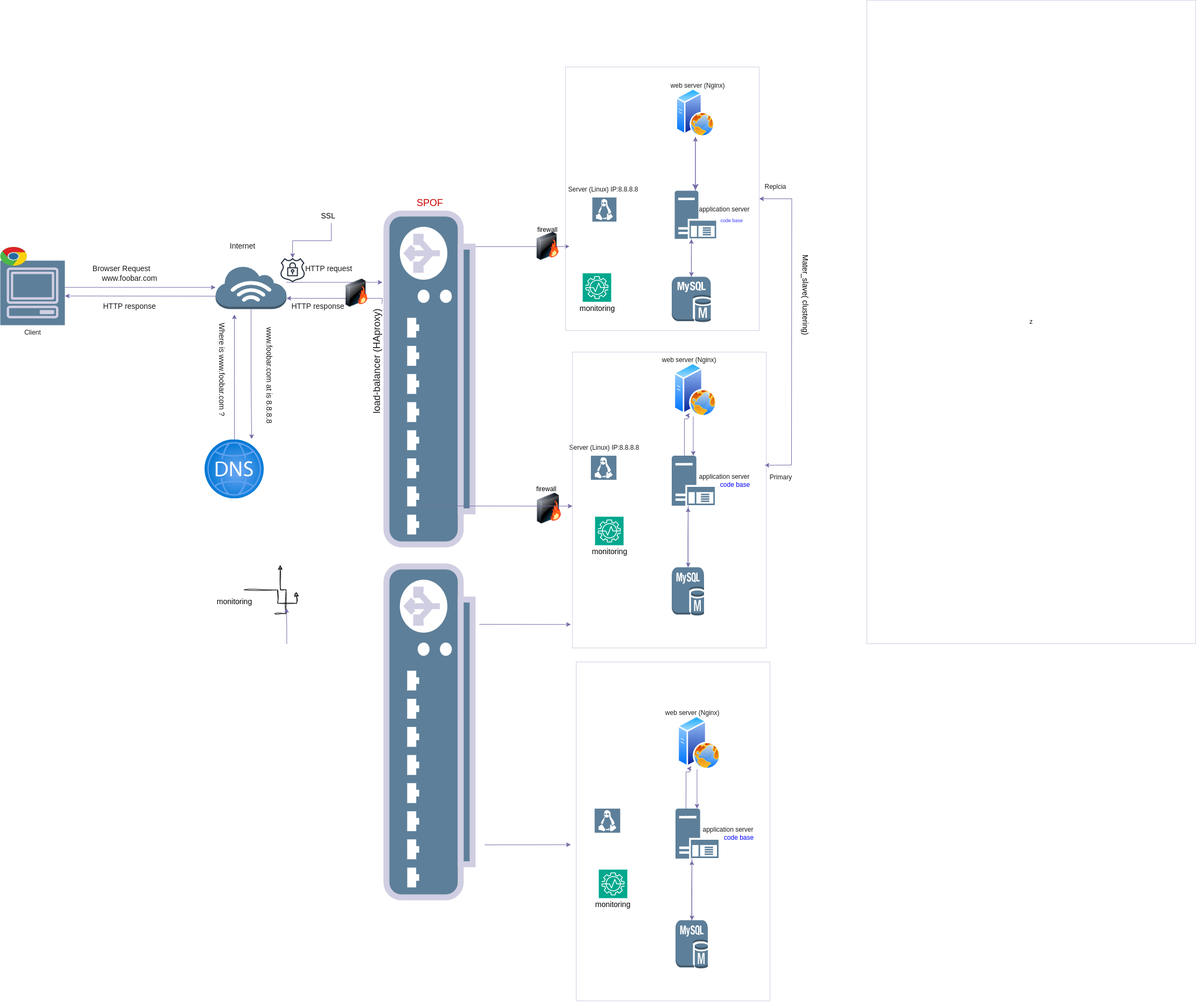
Earlier version of the draw.io export 0x09-web_infrastructure_design/3-scale_up.drawio.png (Salma-fathi/alx-system_engineering-devops). Source tidied: cells renumbered, new cells last; positions are measured from the earlier drawing's top-left corner, leaving out a move shared by most shapes.
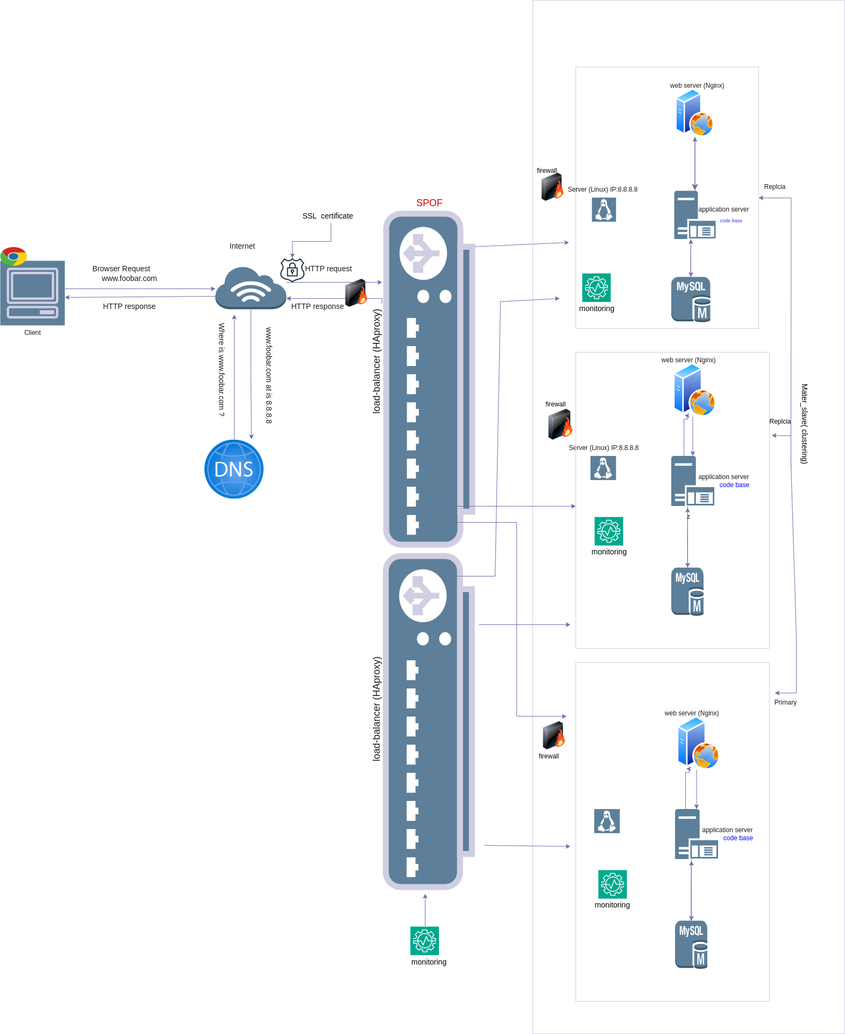
The same diagram one commit later.

Diff of the diagram source:
```diff
@@ -2,10 +2,15 @@
   <root>
     <mxCell id="0" />
     <mxCell id="1" parent="0" />
-    <mxCell id="2" style="edgeStyle=elbowEdgeStyle;rounded=0;orthogonalLoop=1;jettySize=auto;elbow=vertical;html=1;labelBackgroundColor=none;fontColor=default;strokeColor=#736CA8;" parent="1" edge="1">
+    <mxCell id="2" style="rounded=0;orthogonalLoop=1;jettySize=auto;elbow=vertical;html=1;labelBackgroundColor=none;fontColor=default;strokeColor=#736CA8;" parent="1" edge="1">
       <mxGeometry relative="1" as="geometry">
-        <mxPoint x="1470" y="864" as="sourcePoint" />
-        <mxPoint x="1420" y="864" as="targetPoint" />
+        <mxPoint x="1470" y="870" as="sourcePoint" />
+        <mxPoint x="1440" y="1287" as="targetPoint" />
+        <Array as="points">
+          <mxPoint x="1470" y="860" />
+          <mxPoint x="1480" y="1180" />
+          <mxPoint x="1480" y="1287" />
+        </Array>
       </mxGeometry>
     </mxCell>
     <mxCell id="3" style="edgeStyle=orthogonalEdgeStyle;rounded=0;jettySize=auto;html=1;endSize=9;startSize=4;targetPerimeterSpacing=1;labelBackgroundColor=none;fontColor=default;strokeColor=#736CA8;" parent="1" edge="1" source="4" target="9">
@@ -67,8 +72,10 @@
     <mxCell id="16" style="shadow=0;dashed=0;html=1;strokeColor=none;labelPosition=center;verticalLabelPosition=bottom;verticalAlign=top;align=center;shape=mxgraph.veeam.linux;labelBackgroundColor=none;rounded=0;fillColor=#5D7F99;fontColor=#1A1A1A;" parent="1" vertex="1">
       <mxGeometry x="1097.3" y="846.6" width="47.5" height="44.8" as="geometry" />
     </mxCell>
-    <mxCell id="17" style="edgeStyle=elbowEdgeStyle;rounded=0;jettySize=auto;elbow=vertical;html=1;exitX=0.9;exitY=1;exitDx=0;exitDy=0;exitPerimeter=0;labelBackgroundColor=none;fontColor=default;strokeColor=#736CA8;entryX=1;entryY=0.5;entryDx=0;entryDy=0;" parent="1" edge="1" source="18" target="54">
-      <mxGeometry relative="1" as="geometry" />
+    <mxCell id="17" style="rounded=0;jettySize=auto;elbow=vertical;html=1;exitX=0.9;exitY=1;exitDx=0;exitDy=0;exitPerimeter=0;labelBackgroundColor=none;fontColor=default;strokeColor=#736CA8;entryX=1;entryY=0.5;entryDx=0;entryDy=0;" parent="1" edge="1" source="18">
+      <mxGeometry relative="1" as="geometry">
+        <mxPoint x="1057.4" y="450" as="targetPoint" />
+      </mxGeometry>
     </mxCell>
     <mxCell id="18" style="verticalAlign=top;verticalLabelPosition=bottom;labelPosition=center;align=center;html=1;outlineConnect=0;gradientDirection=north;strokeWidth=2;shape=mxgraph.networks.load_balancer;rotation=-90;labelBackgroundColor=none;rounded=0;fillColor=#5D7F99;strokeColor=#D0CEE2;fontColor=#1A1A1A;" parent="1" vertex="1">
       <mxGeometry x="490" y="624" width="615" height="160" as="geometry" />
@@ -106,7 +113,7 @@
       </mxGeometry>
     </mxCell>
     <mxCell id="29" style="whiteSpace=wrap;html=1;fillColor=none;labelBackgroundColor=none;rounded=0;strokeColor=#D0CEE2;fontColor=#1A1A1A;" parent="1" vertex="1">
-      <mxGeometry x="1050" y="124" width="360" height="490" as="geometry" />
+      <mxGeometry x="1070" y="124" width="340" height="486" as="geometry" />
     </mxCell>
     <mxCell id="30" style="edgeStyle=orthogonalEdgeStyle;rounded=0;orthogonalLoop=1;jettySize=auto;html=1;exitX=0.5;exitY=1;exitDx=0;exitDy=0;labelBackgroundColor=none;fontColor=default;strokeColor=#736CA8;" parent="1" edge="1" source="89" target="89">
       <mxGeometry relative="1" as="geometry" />
@@ -115,10 +122,10 @@
       <mxGeometry x="1410" y="332" width="60" height="30" as="geometry" />
     </mxCell>
     <mxCell id="32" value="Primary" style="text;html=1;align=center;verticalAlign=middle;strokeColor=none;fillColor=none;labelBackgroundColor=none;rounded=0;fontColor=#1A1A1A;" parent="1" vertex="1">
-      <mxGeometry x="1420" y="872" width="60" height="30" as="geometry" />
+      <mxGeometry x="1430" y="1290" width="60" height="30" as="geometry" />
     </mxCell>
     <mxCell id="33" value="z" style="whiteSpace=wrap;html=1;fillColor=none;labelBackgroundColor=none;rounded=0;strokeColor=#D0CEE2;fontColor=#1A1A1A;" parent="1" vertex="1">
-      <mxGeometry x="1610" width="611" height="1196" as="geometry" />
+      <mxGeometry x="990" width="580" height="1920" as="geometry" />
     </mxCell>
     <mxCell id="34" value="&lt;font style=&quot;font-size: 18px;&quot;&gt;&amp;nbsp;load-balancer (HAproxy)&lt;/font&gt;" style="text;html=1;align=center;verticalAlign=middle;points=[];strokeColor=none;fillColor=none;rotation=-90;labelBackgroundColor=none;rounded=0;fontColor=#1A1A1A;" parent="1" vertex="1">
       <mxGeometry x="590" y="654" width="220" height="40" as="geometry" />
@@ -188,17 +195,14 @@
     <mxCell id="53" value="&lt;font style=&quot;font-size: 14px;&quot;&gt;Internet&lt;/font&gt;" style="text;html=1;align=center;verticalAlign=middle;strokeColor=none;fillColor=none;labelBackgroundColor=none;rounded=0;fontColor=#1A1A1A;" parent="1" vertex="1">
       <mxGeometry x="415" y="442" width="70" height="30" as="geometry" />
     </mxCell>
-    <mxCell id="54" style="image;html=1;image=img/lib/clip_art/networking/Firewall-page1_128x128.png;sketch=1;hachureGap=4;jiggle=2;curveFitting=1;" parent="1" vertex="1">
-      <mxGeometry x="977.4" y="431" width="80" height="52" as="geometry" />
-    </mxCell>
     <mxCell id="55" style="image;html=1;image=img/lib/clip_art/networking/Firewall-page1_128x128.png;sketch=1;hachureGap=4;jiggle=2;curveFitting=1;" parent="1" vertex="1">
-      <mxGeometry x="980" y="916" width="80" height="57" as="geometry" />
+      <mxGeometry x="1002" y="759.6" width="80" height="57" as="geometry" />
     </mxCell>
     <mxCell id="56" value="firewall" style="text;html=1;align=center;verticalAlign=middle;whiteSpace=wrap;rounded=0;" parent="1" vertex="1">
-      <mxGeometry x="987.4" y="412" width="60" height="30" as="geometry" />
+      <mxGeometry x="987.4" y="302" width="60" height="30" as="geometry" />
     </mxCell>
     <mxCell id="57" value="firewall" style="text;html=1;align=center;verticalAlign=middle;whiteSpace=wrap;rounded=0;" parent="1" vertex="1">
-      <mxGeometry x="985" y="891.6" width="60" height="35" as="geometry" />
+      <mxGeometry x="1003" y="733" width="60" height="35" as="geometry" />
     </mxCell>
     <mxCell id="58" style="image;html=1;image=img/lib/clip_art/networking/Firewall-page1_128x128.png;sketch=1;hachureGap=4;jiggle=2;curveFitting=1;" parent="1" vertex="1">
       <mxGeometry x="630" y="518" width="65" height="52" as="geometry" />
@@ -211,8 +215,8 @@
         <mxPoint x="615" y="414" as="sourcePoint" />
       </mxGeometry>
     </mxCell>
-    <mxCell id="61" value="&lt;font style=&quot;font-size: 14px;&quot;&gt;SSL&lt;/font&gt;" style="text;html=1;align=center;verticalAlign=middle;strokeColor=none;fillColor=none;" parent="1" vertex="1">
-      <mxGeometry x="583" y="388" width="52" height="26" as="geometry" />
+    <mxCell id="61" value="&lt;font style=&quot;font-size: 14px;&quot;&gt;&lt;font style=&quot;&quot;&gt;SSL&amp;nbsp;&lt;/font&gt; certificate&lt;/font&gt;" style="text;html=1;align=center;verticalAlign=middle;strokeColor=none;fillColor=none;" parent="1" vertex="1">
+      <mxGeometry x="549" y="386" width="120" height="30" as="geometry" />
     </mxCell>
     <mxCell id="62" style="sketch=0;fontColor=#232F3E;fillColor=#01A88D;strokeColor=#ffffff;dashed=0;verticalLabelPosition=bottom;verticalAlign=top;align=center;html=1;fontSize=12;fontStyle=0;shape=mxgraph.aws4.resourceIcon;resIcon=mxgraph.aws4.monitron;hachureGap=4;jiggle=2;curveFitting=1;" parent="1" vertex="1">
       <mxGeometry x="1082" y="507.5" width="53" height="53" as="geometry" />
@@ -220,17 +224,6 @@
     <mxCell id="63" style="sketch=0;fontColor=#232F3E;fillColor=#01A88D;strokeColor=#ffffff;dashed=0;verticalLabelPosition=bottom;verticalAlign=top;align=center;html=1;fontSize=12;fontStyle=0;shape=mxgraph.aws4.resourceIcon;resIcon=mxgraph.aws4.monitron;hachureGap=4;jiggle=2;curveFitting=1;" parent="1" vertex="1">
       <mxGeometry x="1105" y="960" width="53" height="53" as="geometry" />
     </mxCell>
-    <mxCell id="64" style="edgeStyle=orthogonalEdgeStyle;rounded=0;sketch=1;hachureGap=4;jiggle=2;curveFitting=1;jettySize=auto;html=1;exitX=0.687;exitY=-0.327;exitDx=0;exitDy=0;exitPerimeter=0;" parent="1" edge="1" source="68">
-      <mxGeometry relative="1" as="geometry">
-        <mxPoint x="550" y="1100" as="targetPoint" />
-      </mxGeometry>
-    </mxCell>
-    <mxCell id="65" style="edgeStyle=orthogonalEdgeStyle;rounded=0;sketch=1;hachureGap=4;jiggle=2;curveFitting=1;orthogonalLoop=1;jettySize=auto;html=1;" parent="1" edge="1">
-      <mxGeometry relative="1" as="geometry">
-        <mxPoint x="510" y="1140" as="sourcePoint" />
-        <mxPoint x="520" y="1050" as="targetPoint" />
-      </mxGeometry>
-    </mxCell>
     <mxCell id="66" value="&lt;font style=&quot;font-size: 14px;&quot;&gt;monitoring&lt;/font&gt;" style="text;html=1;align=center;verticalAlign=middle;strokeColor=none;fillColor=none;" parent="1" vertex="1">
       <mxGeometry x="1086" y="1012" width="91" height="26" as="geometry" />
     </mxCell>
@@ -238,16 +231,10 @@
       <mxGeometry x="1063" y="560.5" width="91" height="26" as="geometry" />
     </mxCell>
     <mxCell id="68" value="&lt;font style=&quot;font-size: 14px;&quot;&gt;monitoring&lt;/font&gt;" style="text;html=1;align=center;verticalAlign=middle;points=[];strokeColor=none;fillColor=none;" parent="1" vertex="1">
-      <mxGeometry x="389.5" y="1104.5" width="91" height="26" as="geometry" />
+      <mxGeometry x="751.3" y="1774" width="91" height="26" as="geometry" />
     </mxCell>
-    <mxCell id="69" style="edgeStyle=elbowEdgeStyle;rounded=0;orthogonalLoop=1;jettySize=auto;elbow=vertical;html=1;labelBackgroundColor=none;fontColor=default;strokeColor=#736CA8;" parent="1" edge="1">
-      <mxGeometry relative="1" as="geometry">
-        <mxPoint x="532.2" y="1196" as="sourcePoint" />
-        <mxPoint x="531.8" y="1130" as="targetPoint" />
-      </mxGeometry>
-    </mxCell>
     <mxCell id="70" value="&lt;font style=&quot;font-size: 14px;&quot;&gt;Mater_slave( clustering)&lt;/font&gt;" style="text;html=1;align=center;verticalAlign=middle;strokeColor=none;fillColor=none;rotation=90;" parent="1" vertex="1">
-      <mxGeometry x="1405" y="534.5" width="182" height="26" as="geometry" />
+      <mxGeometry x="1405" y="774" width="182" height="26" as="geometry" />
     </mxCell>
     <mxCell id="71" style="edgeStyle=orthogonalEdgeStyle;rounded=0;jettySize=auto;html=1;entryX=0.26;entryY=0.977;entryDx=0;entryDy=0;entryPerimeter=0;labelBackgroundColor=none;fontColor=default;strokeColor=#736CA8;exitX=0.294;exitY=-0.003;exitDx=0;exitDy=0;exitPerimeter=0;" parent="1" edge="1" source="11" target="6">
       <mxGeometry relative="1" as="geometry">
@@ -322,15 +309,18 @@
       </mxGeometry>
     </mxCell>
     <mxCell id="87" style="verticalAlign=top;verticalLabelPosition=bottom;labelPosition=center;align=center;html=1;gradientDirection=north;strokeWidth=2;shape=mxgraph.networks.load_balancer;rotation=-90;labelBackgroundColor=none;rounded=0;fillColor=#5D7F99;strokeColor=#D0CEE2;fontColor=#1A1A1A;" parent="1" vertex="1">
-      <mxGeometry x="490" y="1280" width="615" height="160" as="geometry" />
+      <mxGeometry x="489.3" y="1260" width="615" height="160" as="geometry" />
     </mxCell>
     <mxCell id="88" style="edgeStyle=elbowEdgeStyle;rounded=0;jettySize=auto;elbow=vertical;html=1;labelBackgroundColor=none;fontColor=default;strokeColor=#736CA8;" parent="1" edge="1" target="89">
       <mxGeometry relative="1" as="geometry">
         <mxPoint x="780" y="940" as="sourcePoint" />
+        <Array as="points">
+          <mxPoint x="1040" y="940" />
+        </Array>
       </mxGeometry>
     </mxCell>
     <mxCell id="89" style="whiteSpace=wrap;html=1;fillColor=none;labelBackgroundColor=none;rounded=0;strokeColor=#D0CEE2;fontColor=#1A1A1A;" parent="1" vertex="1">
-      <mxGeometry x="1063" y="654" width="360" height="550" as="geometry" />
+      <mxGeometry x="1070" y="654" width="360" height="550" as="geometry" />
     </mxCell>
     <mxCell id="90" style="edgeStyle=elbowEdgeStyle;rounded=0;orthogonalLoop=1;jettySize=auto;elbow=vertical;html=1;labelBackgroundColor=none;fontColor=default;strokeColor=#736CA8;" parent="1" edge="1">
       <mxGeometry relative="1" as="geometry">
@@ -344,5 +334,59 @@
         <mxPoint x="1060" y="1570" as="targetPoint" />
       </mxGeometry>
     </mxCell>
+    <mxCell id="92" style="rounded=0;orthogonalLoop=1;jettySize=auto;html=1;labelBackgroundColor=none;fontColor=default;strokeColor=#736CA8;" parent="1" edge="1">
+      <mxGeometry relative="1" as="geometry">
+        <mxPoint x="840" y="1070" as="sourcePoint" />
+        <mxPoint x="1040" y="554" as="targetPoint" />
+        <Array as="points">
+          <mxPoint x="850" y="1070" />
+          <mxPoint x="920" y="1070" />
+          <mxPoint x="930" y="560" />
+        </Array>
+      </mxGeometry>
+    </mxCell>
+    <mxCell id="93" style="rounded=0;orthogonalLoop=1;jettySize=auto;elbow=vertical;html=1;labelBackgroundColor=none;fontColor=default;strokeColor=#736CA8;entryX=0.001;entryY=0.207;entryDx=0;entryDy=0;entryPerimeter=0;" parent="1" edge="1">
+      <mxGeometry relative="1" as="geometry">
+        <mxPoint x="832.5" y="970" as="sourcePoint" />
+        <mxPoint x="1052.9" y="1330.4" as="targetPoint" />
+        <Array as="points">
+          <mxPoint x="960" y="970" />
+          <mxPoint x="960" y="1280" />
+          <mxPoint x="960" y="1330" />
+        </Array>
+      </mxGeometry>
+    </mxCell>
+    <mxCell id="94" style="rounded=0;jettySize=auto;elbow=vertical;html=1;labelBackgroundColor=none;fontColor=default;strokeColor=#736CA8;entryX=1.012;entryY=0.281;entryDx=0;entryDy=0;entryPerimeter=0;" parent="1" edge="1" target="89">
+      <mxGeometry relative="1" as="geometry">
+        <mxPoint x="1470" y="809" as="sourcePoint" />
+      </mxGeometry>
+    </mxCell>
+    <mxCell id="95" value="Replcia" style="text;html=1;align=center;verticalAlign=middle;strokeColor=none;fillColor=none;" parent="1" vertex="1">
+      <mxGeometry x="1420" y="768" width="60" height="30" as="geometry" />
+    </mxCell>
+    <mxCell id="96" value="&lt;font style=&quot;font-size: 18px;&quot;&gt;&amp;nbsp;load-balancer (HAproxy)&lt;/font&gt;" style="text;html=1;align=center;verticalAlign=middle;strokeColor=none;fillColor=none;rotation=-90;labelBackgroundColor=none;rounded=0;fontColor=#1A1A1A;" parent="1" vertex="1">
+      <mxGeometry x="590" y="1300" width="220" height="40" as="geometry" />
+    </mxCell>
+    <mxCell id="97" style="sketch=0;fontColor=#232F3E;fillColor=#01A88D;strokeColor=#ffffff;dashed=0;verticalLabelPosition=bottom;verticalAlign=top;align=center;html=1;fontSize=12;fontStyle=0;shape=mxgraph.aws4.resourceIcon;resIcon=mxgraph.aws4.monitron;hachureGap=4;jiggle=2;curveFitting=1;" parent="1" vertex="1">
+      <mxGeometry x="762.5" y="1721" width="53" height="53" as="geometry" />
+    </mxCell>
+    <mxCell id="98" style="edgeStyle=elbowEdgeStyle;rounded=0;orthogonalLoop=1;jettySize=auto;elbow=vertical;html=1;labelBackgroundColor=none;fontColor=default;strokeColor=#736CA8;" parent="1" edge="1">
+      <mxGeometry relative="1" as="geometry">
+        <mxPoint x="790" y="1720" as="sourcePoint" />
+        <mxPoint x="790" y="1660" as="targetPoint" />
+        <Array as="points">
+          <mxPoint x="790" y="1670" />
+        </Array>
+      </mxGeometry>
+    </mxCell>
+    <mxCell id="99" style="image;html=1;image=img/lib/clip_art/networking/Firewall-page1_128x128.png;sketch=1;hachureGap=4;jiggle=2;curveFitting=1;" parent="1" vertex="1">
+      <mxGeometry x="990" y="1340" width="80" height="52" as="geometry" />
+    </mxCell>
+    <mxCell id="100" value="firewall" style="text;html=1;align=center;verticalAlign=middle;strokeColor=none;fillColor=none;" parent="1" vertex="1">
+      <mxGeometry x="990" y="1390" width="60" height="30" as="geometry" />
+    </mxCell>
+    <mxCell id="101" style="image;html=1;image=img/lib/clip_art/networking/Firewall-page1_128x128.png;sketch=1;hachureGap=4;jiggle=2;curveFitting=1;" parent="1" vertex="1">
+      <mxGeometry x="987.4" y="321" width="80" height="52" as="geometry" />
+    </mxCell>
   </root>
 </mxGraphModel>
```
